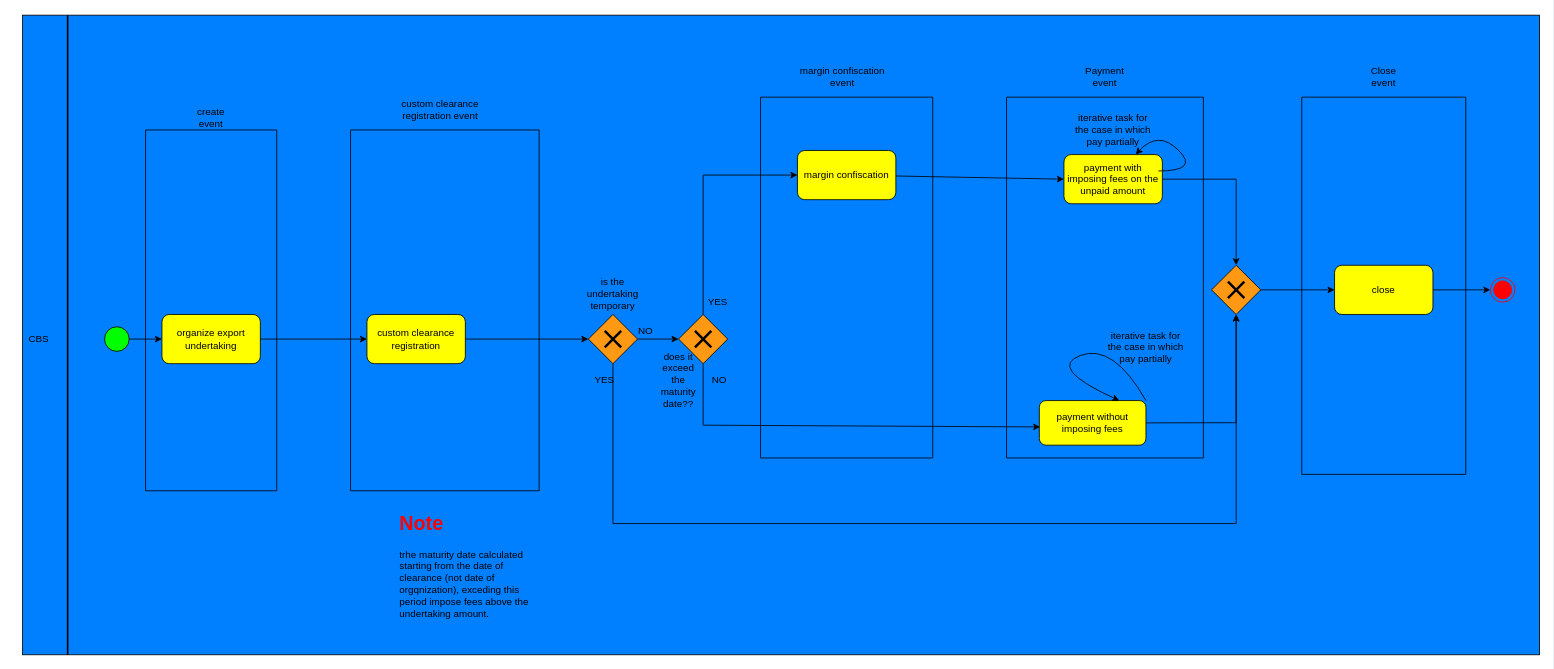
The draw.io diagram export undertaking/Export Undertaking Analytical Study/Export Undertaking Life Cycle.drawio in mohsen-ebrahem/fol, before the edit. Source tidied: cells renumbered, new cells numbered last; positions are measured from the earlier drawing's top-left corner, leaving out a move shared by most shapes. Both pictures are drawn from the tidied source at 82%, with x=0, y=0 at pixel (14, 15).
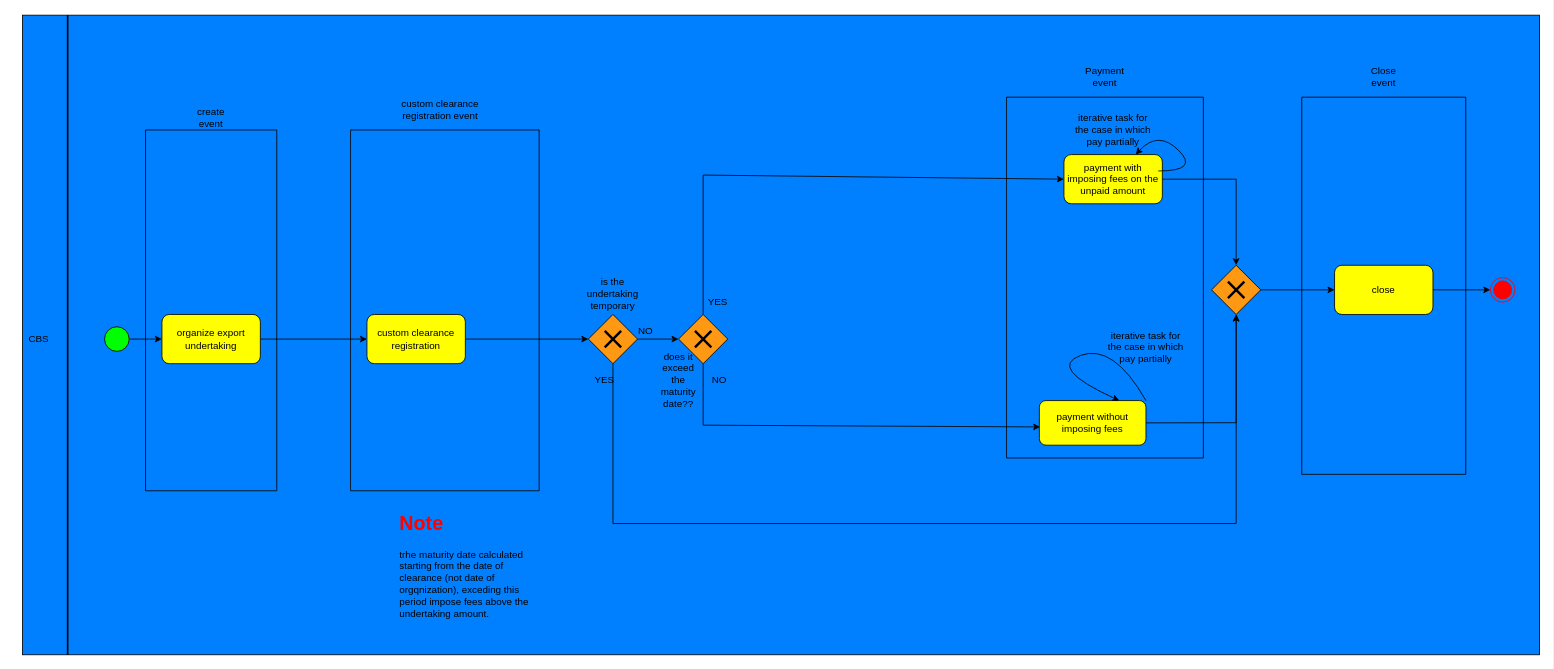
The same page after the edit.

Unchanged cells that the change refers to:
```xml
<mxCell id="8" value="payment with imposing fees on the unpaid amount" style="rounded=1;whiteSpace=wrap;html=1;fillColor=#FFFF00;" parent="1" vertex="1">
  <mxGeometry x="1280" y="170" width="120" height="60" as="geometry" />
</mxCell>
<mxCell id="9" style="rhombus;whiteSpace=wrap;html=1;fillColor=#FF9914;" parent="1" vertex="1">
  <mxGeometry x="810" y="365" width="60" height="60" as="geometry" />
</mxCell>
```

The edit, as a diff of the source:
```diff
@@
-    <mxCell id="42" style="endArrow=classic;html=1;rounded=0;entryX=0;entryY=0.5;entryDx=0;entryDy=0;" parent="1" edge="1" source="48" target="8">
-      <mxGeometry relative="1" as="geometry" />
-    </mxCell>
@@
-    <mxCell id="47" style="swimlane;startSize=0;" parent="1" vertex="1">
-      <mxGeometry x="910" y="100" width="210" height="440" as="geometry" />
-    </mxCell>
-    <mxCell id="48" value="margin confiscation" style="rounded=1;whiteSpace=wrap;html=1;fillColor=#FFFF00;" parent="47" vertex="1">
-      <mxGeometry x="45" y="65" width="120" height="60" as="geometry" />
-    </mxCell>
-    <mxCell id="49" value="margin confiscation event" style="text;html=1;strokeColor=none;fillColor=none;align=center;verticalAlign=middle;whiteSpace=wrap;rounded=0;" parent="1" vertex="1">
-      <mxGeometry x="950" y="60" width="120" height="30" as="geometry" />
-    </mxCell>
-    <mxCell id="50" style="endArrow=classic;html=1;rounded=0;exitX=0.5;exitY=0;exitDx=0;exitDy=0;entryX=0;entryY=0.5;entryDx=0;entryDy=0;" parent="1" edge="1" source="9" target="48">
+    <mxCell id="50" style="endArrow=classic;html=1;rounded=0;exitX=0.5;exitY=0;exitDx=0;exitDy=0;entryX=0;entryY=0.5;entryDx=0;entryDy=0;" parent="1" edge="1" source="9" target="8">
       <mxGeometry relative="1" as="geometry">
         <Array as="points">
           <mxPoint x="840" y="195" />
         </Array>
       </mxGeometry>
     </mxCell>
```
